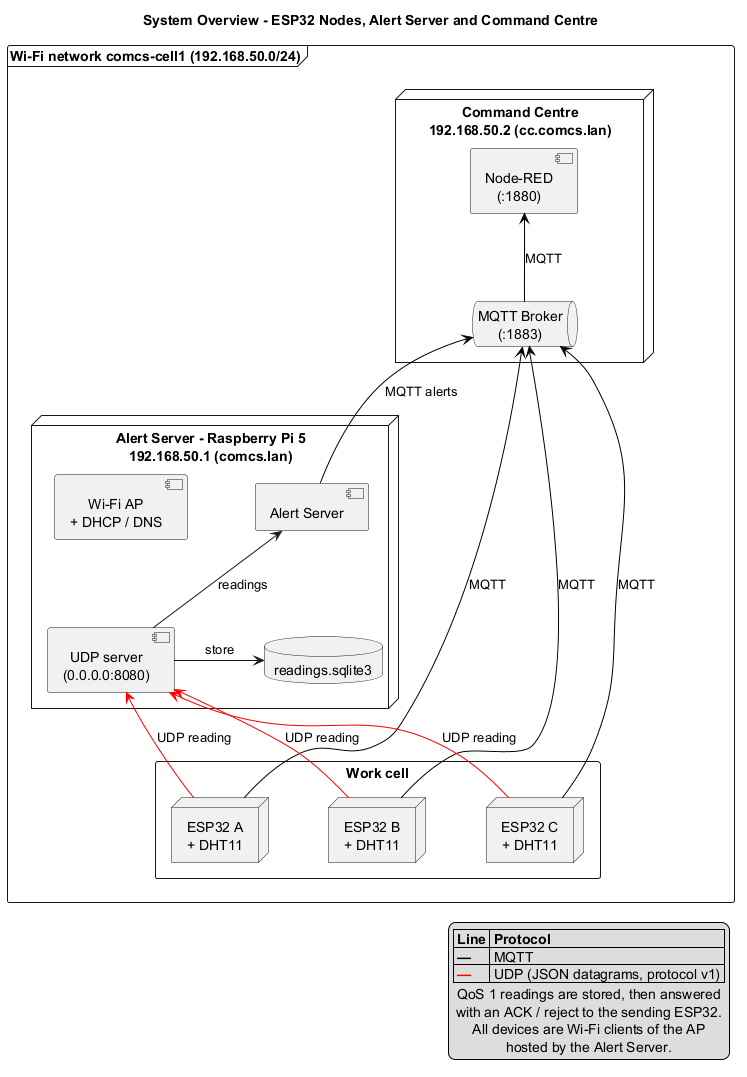
Above: docs/images/system.png in Sagiri197/project-comcs2627msc1a (PlantUML), before the change. Source of this version:
```plantuml
@startuml system
title System Overview - ESP32 Nodes, Alert Server and Command Centre

skinparam shadowing false
skinparam defaultTextAlignment center
skinparam nodesep 60
skinparam ranksep 70

legend right
  |= Line |= Protocol |
  | <color:black>━━</color> | MQTT |
  | <color:red>━━</color> | UDP (JSON datagrams, protocol v1) |
  QoS 1 readings are stored, then answered
  with an ACK / reject to the sending ESP32.
  All devices are Wi-Fi clients of the AP
  hosted by the Alert Server.
endlegend

frame "Wi-Fi network comcs-cell1 (192.168.50.0/24)" as WLAN {

  node "Command Centre\n192.168.50.2 (cc.comcs.lan)" as CCBOX {
    component "Node-RED\n(:1880)" as CC
    queue "MQTT Broker\n(:1883)" as BROKER
  }

  node "Alert Server - Raspberry Pi 5\n192.168.50.1 (comcs.lan)" as AS {
    component "Wi-Fi AP\n+ DHCP / DNS" as AP
    component "UDP server\n(0.0.0.0:8080)" as UDP
    database "readings.sqlite3" as DB
    component "Alert Server" as ALERT
  }

  rectangle "Work cell" as CELL {
    node "ESP32 A\n+ DHT11" as ESP1
    node "ESP32 B\n+ DHT11" as ESP2
    node "ESP32 C\n+ DHT11" as ESP3
  }
}

BROKER -[#black]up-> CC : MQTT
ESP1 -[#black]up-> BROKER : MQTT
ESP2 -[#black]up-> BROKER : MQTT
ESP3 -[#black]up-> BROKER : MQTT

ESP1 -[#red]up-> UDP : UDP reading
ESP2 -[#red]up-> UDP : UDP reading
ESP3 -[#red]up-> UDP : UDP reading

UDP -right-> DB : store
UDP -up-> ALERT : readings
ALERT -[#black]up-> BROKER : MQTT alerts

@enduml
```
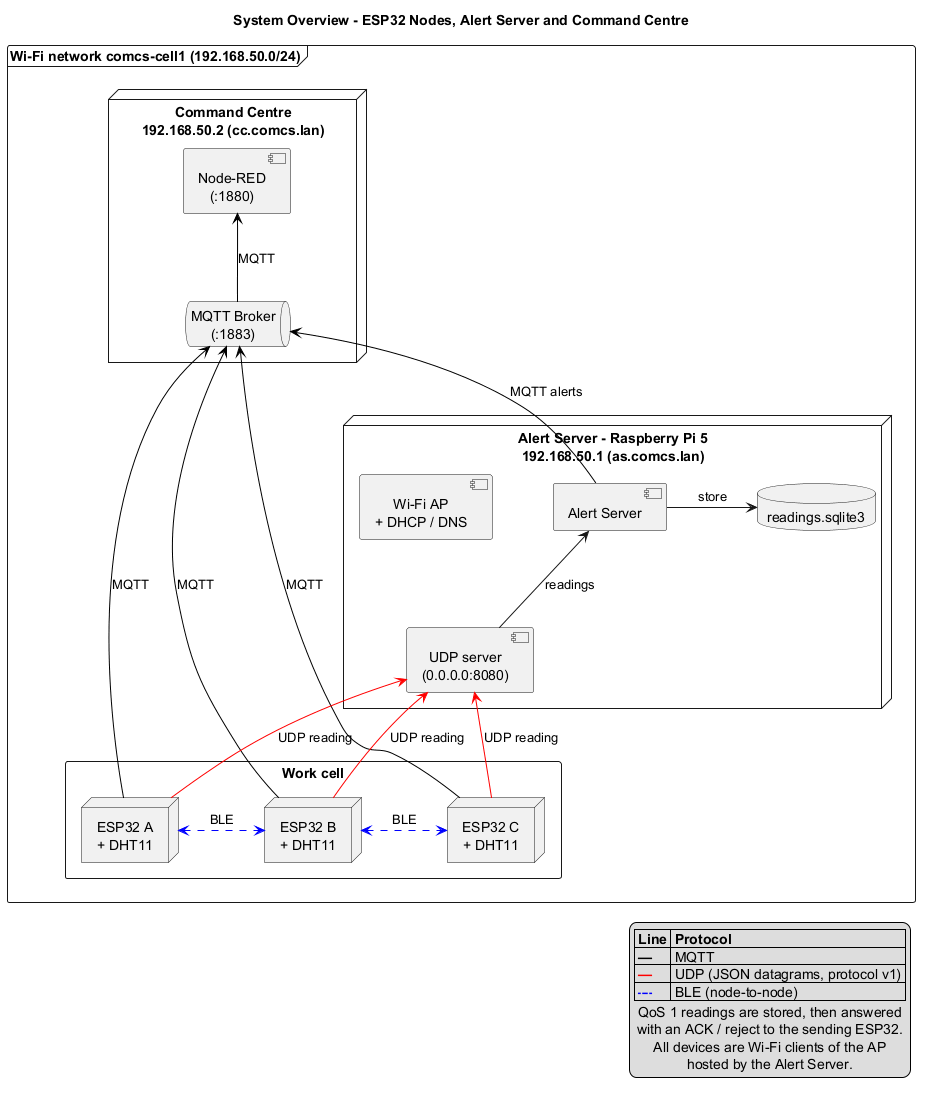
Later version of the same file.

Diff of the diagram source:
```diff
@@ -10,6 +10,7 @@
   |= Line |= Protocol |
   | <color:black>━━</color> | MQTT |
   | <color:red>━━</color> | UDP (JSON datagrams, protocol v1) |
+  | <color:blue>╍╍</color> | BLE (node-to-node) |
   QoS 1 readings are stored, then answered
   with an ACK / reject to the sending ESP32.
   All devices are Wi-Fi clients of the AP
@@ -23,7 +24,7 @@
     queue "MQTT Broker\n(:1883)" as BROKER
   }
 
-  node "Alert Server - Raspberry Pi 5\n192.168.50.1 (comcs.lan)" as AS {
+  node "Alert Server - Raspberry Pi 5\n192.168.50.1 (as.comcs.lan)" as AS {
     component "Wi-Fi AP\n+ DHCP / DNS" as AP
     component "UDP server\n(0.0.0.0:8080)" as UDP
     database "readings.sqlite3" as DB
@@ -46,7 +47,10 @@
 ESP2 -[#red]up-> UDP : UDP reading
 ESP3 -[#red]up-> UDP : UDP reading
 
-UDP -right-> DB : store
+ESP1 <-[#blue,dashed]right-> ESP2 : BLE
+ESP2 <-[#blue,dashed]right-> ESP3 : BLE
+
+ALERT -right-> DB : store
 UDP -up-> ALERT : readings
 ALERT -[#black]up-> BROKER : MQTT alerts
 
```
